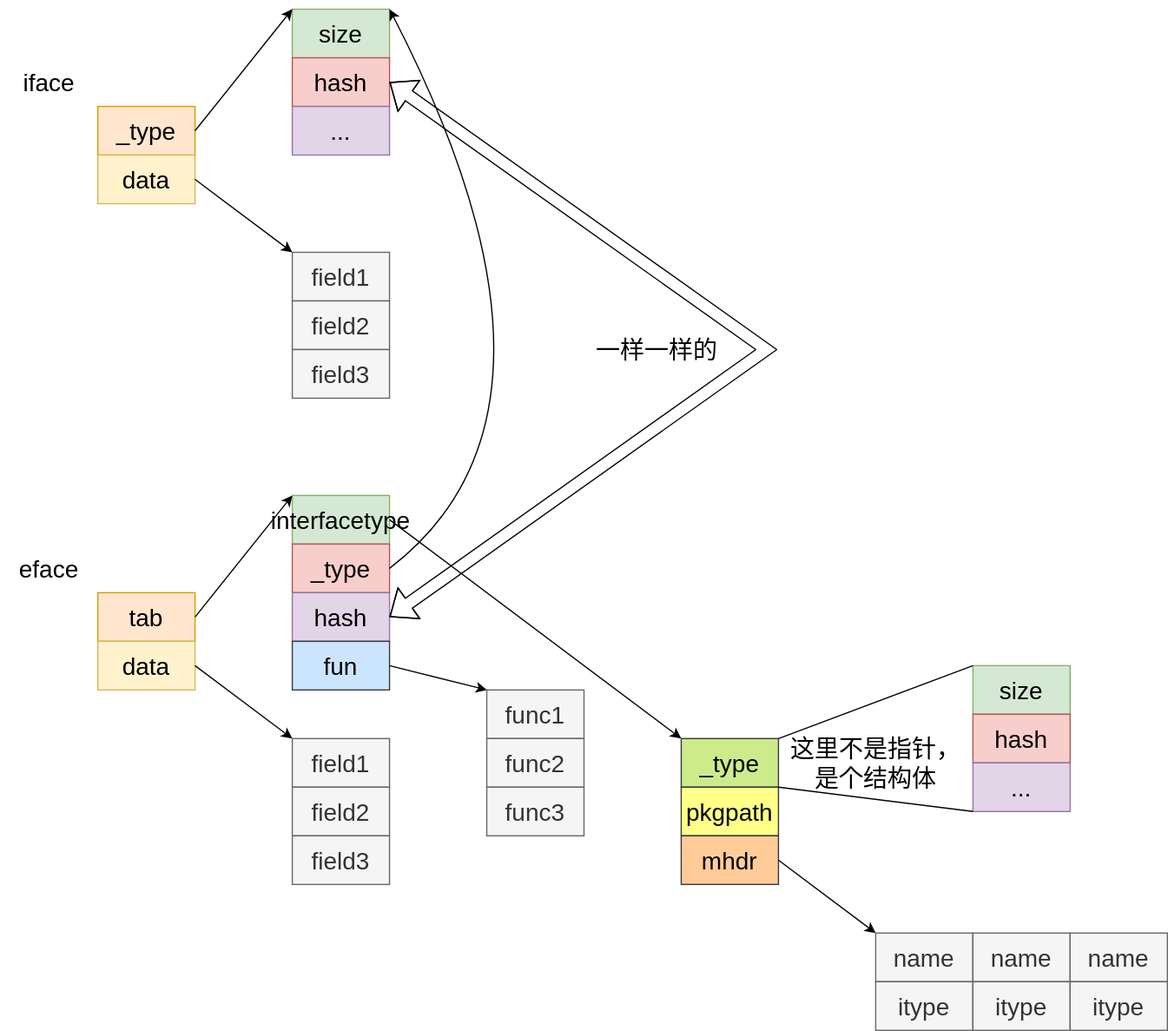
This is advance/doc/interface.svg from SuanCaiYv/GoBaseLearn, a draw.io export, as it was before one commit. Source tidied: cells renumbered, new cells last; positions are measured from the earlier drawing's top-left corner, leaving out a move shared by most shapes.
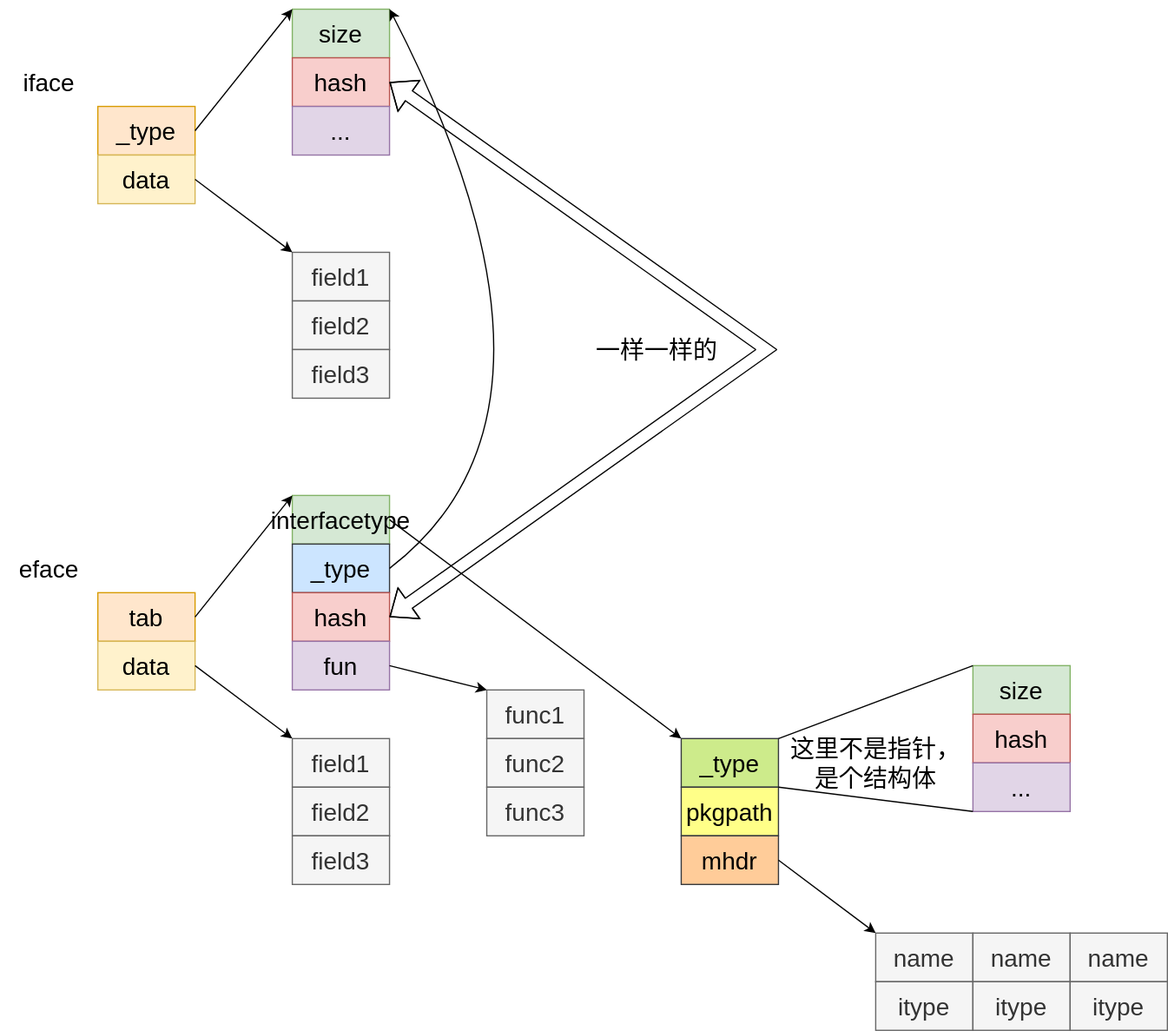
After the commit.

Change to the diagram source:
```diff
@@ -44,10 +44,10 @@
     <mxCell id="15" value="&lt;font style=&quot;font-size: 20px&quot;&gt;interfacetype&lt;/font&gt;" style="rounded=0;whiteSpace=wrap;html=1;fillColor=#d5e8d4;strokeColor=#82b366;" parent="1" vertex="1">
       <mxGeometry x="240" y="400" width="80" height="40" as="geometry" />
     </mxCell>
-    <mxCell id="16" value="&lt;font style=&quot;font-size: 20px&quot;&gt;_type&lt;/font&gt;" style="rounded=0;whiteSpace=wrap;html=1;fillColor=#f8cecc;strokeColor=#b85450;" parent="1" vertex="1">
+    <mxCell id="16" value="&lt;font style=&quot;font-size: 20px&quot;&gt;_type&lt;/font&gt;" style="rounded=0;whiteSpace=wrap;html=1;fillColor=#cce5ff;strokeColor=#36393d;" parent="1" vertex="1">
       <mxGeometry x="240" y="440" width="80" height="40" as="geometry" />
     </mxCell>
-    <mxCell id="17" value="&lt;font style=&quot;font-size: 20px&quot;&gt;hash&lt;/font&gt;" style="rounded=0;whiteSpace=wrap;html=1;fillColor=#e1d5e7;strokeColor=#9673a6;" parent="1" vertex="1">
+    <mxCell id="17" value="&lt;font style=&quot;font-size: 20px&quot;&gt;hash&lt;/font&gt;" style="rounded=0;whiteSpace=wrap;html=1;fillColor=#f8cecc;strokeColor=#b85450;" parent="1" vertex="1">
       <mxGeometry x="240" y="480" width="80" height="40" as="geometry" />
     </mxCell>
     <mxCell id="18" value="&lt;font style=&quot;font-size: 20px&quot;&gt;field1&lt;/font&gt;" style="rounded=0;whiteSpace=wrap;html=1;fillColor=#f5f5f5;fontColor=#333333;strokeColor=#666666;" parent="1" vertex="1">
@@ -68,7 +68,7 @@
     <mxCell id="23" value="&lt;font style=&quot;font-size: 20px&quot;&gt;eface&lt;/font&gt;" style="text;html=1;strokeColor=none;fillColor=none;align=center;verticalAlign=middle;whiteSpace=wrap;rounded=0;" parent="1" vertex="1">
       <mxGeometry y="440" width="80" height="40" as="geometry" />
     </mxCell>
-    <mxCell id="24" value="&lt;font style=&quot;font-size: 20px&quot;&gt;fun&lt;/font&gt;" style="rounded=0;whiteSpace=wrap;html=1;fillColor=#cce5ff;strokeColor=#36393d;" parent="1" vertex="1">
+    <mxCell id="24" value="&lt;font style=&quot;font-size: 20px&quot;&gt;fun&lt;/font&gt;" style="rounded=0;whiteSpace=wrap;html=1;fillColor=#e1d5e7;strokeColor=#9673a6;" parent="1" vertex="1">
       <mxGeometry x="240" y="520" width="80" height="40" as="geometry" />
     </mxCell>
     <mxCell id="25" value="&lt;font style=&quot;font-size: 20px&quot;&gt;_type&lt;/font&gt;" style="rounded=0;whiteSpace=wrap;html=1;fillColor=#cdeb8b;strokeColor=#36393d;" parent="1" vertex="1">
```
